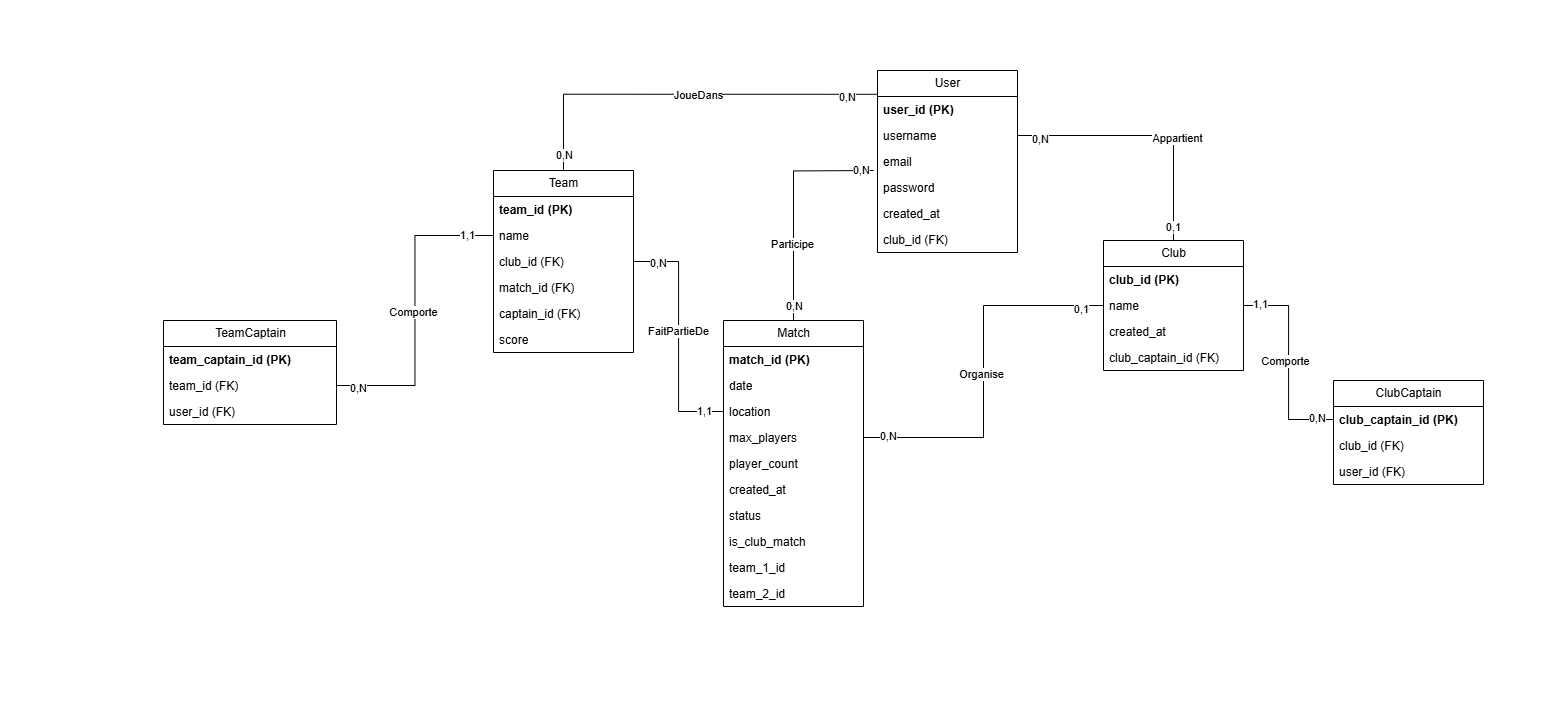
The draw.io diagram MCD.drawio.png in Mathistrg/Styx, before a commit. Source tidied: cells renumbered, new cells last; positions are measured from the earlier drawing's top-left corner, leaving out a move shared by most shapes.
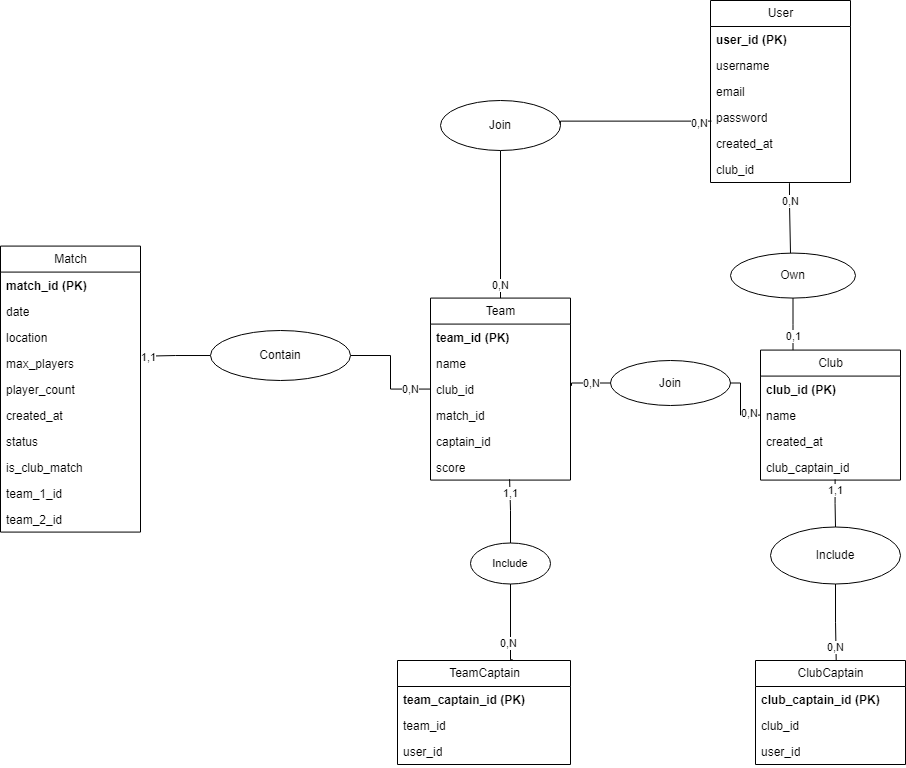
After the commit.

Commit message:
Mettre à jour MCD.drawio.png

The edit, as a diff of the source:
```diff
@@ -4,7 +4,4 @@
     <mxCell id="1" parent="0" />
-    <mxCell id="2" style="rounded=0;whiteSpace=wrap;html=1;strokeColor=none;" parent="1" vertex="1">
-      <mxGeometry width="1543" height="720" as="geometry" />
-    </mxCell>
     <mxCell id="3" value="User" style="swimlane;fontStyle=0;horizontal=1;startSize=26;fillColor=none;html=1;" parent="1" vertex="1">
-      <mxGeometry x="877" y="70" width="140" height="182" as="geometry" />
+      <mxGeometry x="483" y="100" width="140" height="182" as="geometry" />
     </mxCell>
@@ -25,3 +22,3 @@
     </mxCell>
-    <mxCell id="9" value="club_id (FK)" style="text;strokeColor=none;fillColor=none;align=left;verticalAlign=top;spacingLeft=4;spacingRight=4;overflow=hidden;points=[[0,0.5],[1,0.5]];portConstraint=eastwest;whiteSpace=wrap;html=1;" parent="3" vertex="1">
+    <mxCell id="9" value="club_id" style="text;strokeColor=none;fillColor=none;align=left;verticalAlign=top;spacingLeft=4;spacingRight=4;overflow=hidden;points=[[0,0.5],[1,0.5]];portConstraint=eastwest;whiteSpace=wrap;html=1;" parent="3" vertex="1">
       <mxGeometry y="156" width="140" height="26" as="geometry" />
@@ -29,3 +26,3 @@
     <mxCell id="10" value="Match" style="swimlane;fontStyle=0;horizontal=1;startSize=26;fillColor=none;html=1;" parent="1" vertex="1">
-      <mxGeometry x="723" y="320" width="140" height="286" as="geometry" />
+      <mxGeometry x="-227" y="345.6" width="140" height="286" as="geometry" />
     </mxCell>
@@ -62,3 +59,3 @@
     <mxCell id="21" value="Club" style="swimlane;fontStyle=0;horizontal=1;startSize=26;fillColor=none;html=1;" parent="1" vertex="1">
-      <mxGeometry x="1103" y="240" width="140" height="130" as="geometry" />
+      <mxGeometry x="533" y="449.6" width="140" height="130" as="geometry" />
     </mxCell>
@@ -73,45 +70,20 @@
     </mxCell>
-    <mxCell id="25" value="club_captain_id (FK)" style="text;strokeColor=none;fillColor=none;align=left;verticalAlign=top;spacingLeft=4;spacingRight=4;overflow=hidden;points=[[0,0.5],[1,0.5]];portConstraint=eastwest;whiteSpace=wrap;html=1;" parent="21" vertex="1">
+    <mxCell id="25" value="club_captain_id" style="text;strokeColor=none;fillColor=none;align=left;verticalAlign=top;spacingLeft=4;spacingRight=4;overflow=hidden;points=[[0,0.5],[1,0.5]];portConstraint=eastwest;whiteSpace=wrap;html=1;" parent="21" vertex="1">
       <mxGeometry y="104" width="140" height="26" as="geometry" />
     </mxCell>
-    <mxCell id="26" style="edgeStyle=orthogonalEdgeStyle;rounded=0;jettySize=auto;html=1;entryX=0.5;entryY=0;entryDx=0;entryDy=0;startArrow=none;startFill=0;endArrow=none;endFill=0;" parent="1" edge="1" target="10">
-      <mxGeometry relative="1" as="geometry">
-        <mxPoint x="873" y="170" as="sourcePoint" />
-      </mxGeometry>
-    </mxCell>
-    <mxCell id="27" value="Participe" style="edgeLabel;html=1;align=center;verticalAlign=middle;" parent="26" vertex="1">
-      <mxGeometry x="0.32" y="-2" relative="1" as="geometry" />
-    </mxCell>
-    <mxCell id="28" value="0,N" style="edgeLabel;html=1;align=center;verticalAlign=middle;" parent="26" vertex="1">
-      <mxGeometry x="0.87" relative="1" as="geometry" />
-    </mxCell>
-    <mxCell id="29" value="0,N" style="edgeLabel;html=1;align=center;verticalAlign=middle;" parent="26" vertex="1">
-      <mxGeometry x="-0.89" y="-1" relative="1" as="geometry" />
-    </mxCell>
-    <mxCell id="30" style="edgeStyle=orthogonalEdgeStyle;rounded=0;jettySize=auto;html=1;entryX=0;entryY=0.5;entryDx=0;entryDy=0;startArrow=none;startFill=0;endArrow=none;endFill=0;" parent="1" edge="1" source="14" target="21">
-      <mxGeometry relative="1" as="geometry" />
-    </mxCell>
-    <mxCell id="31" value="Organise" style="edgeLabel;html=1;align=center;verticalAlign=middle;" parent="30" vertex="1">
-      <mxGeometry x="-0.01" y="3" relative="1" as="geometry" />
-    </mxCell>
-    <mxCell id="32" value="0,1" style="edgeLabel;html=1;align=center;verticalAlign=middle;" parent="30" vertex="1">
-      <mxGeometry x="0.88" y="-3" relative="1" as="geometry" />
-    </mxCell>
-    <mxCell id="33" value="0,N" style="edgeLabel;html=1;align=center;verticalAlign=middle;" parent="30" vertex="1">
-      <mxGeometry x="-0.87" y="2" relative="1" as="geometry" />
-    </mxCell>
-    <mxCell id="34" style="edgeStyle=orthogonalEdgeStyle;rounded=0;jettySize=auto;html=1;endArrow=none;endFill=0;" parent="1" edge="1" source="5" target="21">
-      <mxGeometry relative="1" as="geometry" />
+    <mxCell id="34" style="edgeStyle=orthogonalEdgeStyle;rounded=0;jettySize=auto;html=1;endArrow=none;endFill=0;" parent="1" edge="1" source="80" target="21">
+      <mxGeometry relative="1" as="geometry">
+        <Array as="points">
+          <mxPoint x="566" y="424" />
+          <mxPoint x="566" y="424" />
+        </Array>
+      </mxGeometry>
     </mxCell>
-    <mxCell id="35" value="Appartient" style="edgeLabel;html=1;align=center;verticalAlign=middle;" parent="34" vertex="1">
-      <mxGeometry x="0.22" y="3" relative="1" as="geometry" />
-    </mxCell>
-    <mxCell id="36" value="0,N" style="edgeLabel;html=1;align=center;verticalAlign=middle;" parent="34" vertex="1">
-      <mxGeometry x="-0.84" y="-3" relative="1" as="geometry" />
-    </mxCell>
     <mxCell id="37" value="0,1" style="edgeLabel;html=1;align=center;verticalAlign=middle;" parent="34" vertex="1">
-      <mxGeometry x="0.9" y="-1" relative="1" as="geometry" />
+      <mxGeometry x="0.9" y="-1" relative="1" as="geometry">
+        <mxPoint x="1" y="-11" as="offset" />
+      </mxGeometry>
     </mxCell>
     <mxCell id="38" value="Team" style="swimlane;fontStyle=0;horizontal=1;startSize=26;fillColor=none;html=1;" parent="1" vertex="1">
-      <mxGeometry x="493" y="170" width="140" height="182" as="geometry" />
+      <mxGeometry x="203" y="397.6" width="140" height="182" as="geometry" />
     </mxCell>
@@ -123,9 +95,9 @@
     </mxCell>
-    <mxCell id="41" value="club_id (FK)" style="text;strokeColor=none;fillColor=none;align=left;verticalAlign=top;spacingLeft=4;spacingRight=4;overflow=hidden;points=[[0,0.5],[1,0.5]];portConstraint=eastwest;whiteSpace=wrap;html=1;" parent="38" vertex="1">
+    <mxCell id="41" value="club_id" style="text;strokeColor=none;fillColor=none;align=left;verticalAlign=top;spacingLeft=4;spacingRight=4;overflow=hidden;points=[[0,0.5],[1,0.5]];portConstraint=eastwest;whiteSpace=wrap;html=1;" parent="38" vertex="1">
       <mxGeometry y="78" width="140" height="26" as="geometry" />
     </mxCell>
-    <mxCell id="42" value="match_id (FK)" style="text;strokeColor=none;fillColor=none;align=left;verticalAlign=top;spacingLeft=4;spacingRight=4;overflow=hidden;whiteSpace=wrap;html=1;" parent="38" vertex="1">
+    <mxCell id="42" value="match_id" style="text;strokeColor=none;fillColor=none;align=left;verticalAlign=top;spacingLeft=4;spacingRight=4;overflow=hidden;whiteSpace=wrap;html=1;" parent="38" vertex="1">
       <mxGeometry y="104" width="140" height="26" as="geometry" />
     </mxCell>
-    <mxCell id="43" value="captain_id (FK)" style="text;strokeColor=none;fillColor=none;align=left;verticalAlign=top;spacingLeft=4;spacingRight=4;overflow=hidden;whiteSpace=wrap;html=1;" parent="38" vertex="1">
+    <mxCell id="43" value="captain_id" style="text;strokeColor=none;fillColor=none;align=left;verticalAlign=top;spacingLeft=4;spacingRight=4;overflow=hidden;whiteSpace=wrap;html=1;" parent="38" vertex="1">
       <mxGeometry y="130" width="140" height="26" as="geometry" />
@@ -135,23 +107,13 @@
     </mxCell>
-    <mxCell id="45" style="edgeStyle=orthogonalEdgeStyle;rounded=0;jettySize=auto;html=1;entryX=0.5;entryY=0;entryDx=0;entryDy=0;endArrow=none;endFill=0;exitX=0.002;exitY=-0.085;exitDx=0;exitDy=0;exitPerimeter=0;" parent="1" edge="1" source="4" target="38">
+    <mxCell id="45" style="edgeStyle=orthogonalEdgeStyle;rounded=0;jettySize=auto;html=1;entryX=0.5;entryY=0;entryDx=0;entryDy=0;endArrow=none;endFill=0;" parent="1" edge="1" source="74" target="38">
       <mxGeometry relative="1" as="geometry" />
     </mxCell>
-    <mxCell id="46" value="JoueDans" style="edgeLabel;html=1;align=center;verticalAlign=middle;" parent="45" vertex="1">
-      <mxGeometry x="-0.07" relative="1" as="geometry" />
-    </mxCell>
     <mxCell id="47" value="0,N" style="edgeLabel;html=1;align=center;verticalAlign=middle;" parent="45" vertex="1">
-      <mxGeometry x="0.92" relative="1" as="geometry" />
+      <mxGeometry x="0.92" relative="1" as="geometry">
+        <mxPoint y="-7" as="offset" />
+      </mxGeometry>
     </mxCell>
-    <mxCell id="48" value="0,N" style="edgeLabel;html=1;align=center;verticalAlign=middle;" parent="45" vertex="1">
-      <mxGeometry x="-0.84" y="2" relative="1" as="geometry" />
-    </mxCell>
-    <mxCell id="49" style="edgeStyle=orthogonalEdgeStyle;rounded=0;jettySize=auto;html=1;entryX=0;entryY=0.5;entryDx=0;entryDy=0;endArrow=none;endFill=0;" parent="1" edge="1" source="41" target="13">
+    <mxCell id="49" style="edgeStyle=orthogonalEdgeStyle;rounded=0;jettySize=auto;html=1;entryX=1.013;entryY=0.236;entryDx=0;entryDy=0;endArrow=none;endFill=0;entryPerimeter=0;" parent="1" edge="1" source="77" target="14">
       <mxGeometry relative="1" as="geometry" />
     </mxCell>
-    <mxCell id="50" value="FaitPartieDe" style="edgeLabel;html=1;align=center;verticalAlign=middle;" parent="49" vertex="1">
-      <mxGeometry x="-0.05" y="-1" relative="1" as="geometry" />
-    </mxCell>
-    <mxCell id="51" value="0,N" style="edgeLabel;html=1;align=center;verticalAlign=middle;" parent="49" vertex="1">
-      <mxGeometry x="-0.81" y="-1" relative="1" as="geometry" />
-    </mxCell>
     <mxCell id="52" value="1,1" style="edgeLabel;html=1;align=center;verticalAlign=middle;" parent="49" vertex="1">
@@ -159,30 +121,26 @@
     </mxCell>
-    <mxCell id="53" style="edgeStyle=orthogonalEdgeStyle;rounded=0;jettySize=auto;html=1;entryX=0;entryY=0.5;entryDx=0;entryDy=0;endArrow=none;endFill=0;exitX=1;exitY=0.5;exitDx=0;exitDy=0;" parent="1" edge="1" source="67" target="40">
-      <mxGeometry relative="1" as="geometry" />
+    <mxCell id="53" style="edgeStyle=orthogonalEdgeStyle;rounded=0;jettySize=auto;html=1;entryX=0.565;entryY=0.967;entryDx=0;entryDy=0;endArrow=none;endFill=0;exitX=0.5;exitY=0;exitDx=0;exitDy=0;entryPerimeter=0;" parent="1" edge="1" source="71" target="44">
+      <mxGeometry relative="1" as="geometry">
+        <Array as="points">
+          <mxPoint x="283" y="643" />
+          <mxPoint x="283" y="610" />
+          <mxPoint x="282" y="610" />
+        </Array>
+      </mxGeometry>
     </mxCell>
-    <mxCell id="54" value="Comporte" style="edgeLabel;html=1;align=center;verticalAlign=middle;" parent="53" vertex="1">
-      <mxGeometry x="-0.01" y="2" relative="1" as="geometry" />
-    </mxCell>
     <mxCell id="55" value="1,1" style="edgeLabel;html=1;align=center;verticalAlign=middle;" parent="53" vertex="1">
-      <mxGeometry x="0.82" y="1" relative="1" as="geometry" />
+      <mxGeometry x="0.82" y="1" relative="1" as="geometry">
+        <mxPoint x="2" y="8" as="offset" />
+      </mxGeometry>
     </mxCell>
-    <mxCell id="56" value="0,N" style="edgeLabel;html=1;align=center;verticalAlign=middle;" parent="53" vertex="1">
-      <mxGeometry x="-0.86" y="-2" relative="1" as="geometry">
-        <mxPoint x="-1" as="offset" />
-      </mxGeometry>
-    </mxCell>
-    <mxCell id="57" style="edgeStyle=orthogonalEdgeStyle;rounded=0;jettySize=auto;html=1;endArrow=none;endFill=0;" parent="1" edge="1" source="23" target="62">
+    <mxCell id="57" style="edgeStyle=orthogonalEdgeStyle;rounded=0;jettySize=auto;html=1;endArrow=none;endFill=0;entryX=0.538;entryY=-0.005;entryDx=0;entryDy=0;entryPerimeter=0;" parent="1" edge="1" source="82" target="61">
       <mxGeometry relative="1" as="geometry" />
     </mxCell>
-    <mxCell id="58" value="Comporte" style="edgeLabel;html=1;align=center;verticalAlign=middle;" parent="57" vertex="1">
-      <mxGeometry x="-0.02" y="-4" relative="1" as="geometry" />
-    </mxCell>
-    <mxCell id="59" value="1,1" style="edgeLabel;html=1;align=center;verticalAlign=middle;" parent="57" vertex="1">
-      <mxGeometry x="-0.85" y="2" relative="1" as="geometry" />
-    </mxCell>
     <mxCell id="60" value="0,N" style="edgeLabel;html=1;align=center;verticalAlign=middle;" parent="57" vertex="1">
-      <mxGeometry x="0.83" y="2" relative="1" as="geometry" />
+      <mxGeometry x="0.83" y="2" relative="1" as="geometry">
+        <mxPoint x="-3" y="-6" as="offset" />
+      </mxGeometry>
     </mxCell>
     <mxCell id="61" value="ClubCaptain" style="swimlane;fontStyle=0;horizontal=1;startSize=26;fillColor=none;html=1;" parent="1" vertex="1">
-      <mxGeometry x="1333" y="380" width="150" height="104" as="geometry" />
+      <mxGeometry x="528" y="760" width="150" height="104" as="geometry" />
     </mxCell>
@@ -191,6 +149,6 @@
     </mxCell>
-    <mxCell id="63" value="club_id (FK)" style="text;strokeColor=none;fillColor=none;align=left;verticalAlign=top;spacingLeft=4;spacingRight=4;overflow=hidden;whiteSpace=wrap;html=1;" parent="61" vertex="1">
+    <mxCell id="63" value="club_id" style="text;strokeColor=none;fillColor=none;align=left;verticalAlign=top;spacingLeft=4;spacingRight=4;overflow=hidden;whiteSpace=wrap;html=1;" parent="61" vertex="1">
       <mxGeometry y="52" width="150" height="26" as="geometry" />
     </mxCell>
-    <mxCell id="64" value="user_id (FK)" style="text;strokeColor=none;fillColor=none;align=left;verticalAlign=top;spacingLeft=4;spacingRight=4;overflow=hidden;whiteSpace=wrap;html=1;" parent="61" vertex="1">
+    <mxCell id="64" value="user_id" style="text;strokeColor=none;fillColor=none;align=left;verticalAlign=top;spacingLeft=4;spacingRight=4;overflow=hidden;whiteSpace=wrap;html=1;" parent="61" vertex="1">
       <mxGeometry y="78" width="150" height="26" as="geometry" />
@@ -198,3 +156,3 @@
     <mxCell id="65" value="TeamCaptain" style="swimlane;fontStyle=0;horizontal=1;startSize=26;fillColor=none;html=1;" parent="1" vertex="1">
-      <mxGeometry x="163" y="320" width="173" height="104" as="geometry" />
+      <mxGeometry x="170" y="760" width="173" height="104" as="geometry" />
     </mxCell>
@@ -203,8 +161,91 @@
     </mxCell>
-    <mxCell id="67" value="team_id (FK)" style="text;strokeColor=none;fillColor=none;align=left;verticalAlign=top;spacingLeft=4;spacingRight=4;overflow=hidden;points=[[0,0.5],[1,0.5]];portConstraint=eastwest;whiteSpace=wrap;html=1;" parent="65" vertex="1">
+    <mxCell id="67" value="team_id" style="text;strokeColor=none;fillColor=none;align=left;verticalAlign=top;spacingLeft=4;spacingRight=4;overflow=hidden;points=[[0,0.5],[1,0.5]];portConstraint=eastwest;whiteSpace=wrap;html=1;" parent="65" vertex="1">
       <mxGeometry y="52" width="173" height="26" as="geometry" />
     </mxCell>
-    <mxCell id="68" value="user_id (FK)" style="text;strokeColor=none;fillColor=none;align=left;verticalAlign=top;spacingLeft=4;spacingRight=4;overflow=hidden;whiteSpace=wrap;html=1;" parent="65" vertex="1">
+    <mxCell id="68" value="user_id" style="text;strokeColor=none;fillColor=none;align=left;verticalAlign=top;spacingLeft=4;spacingRight=4;overflow=hidden;whiteSpace=wrap;html=1;" parent="65" vertex="1">
       <mxGeometry y="78" width="173" height="26" as="geometry" />
     </mxCell>
+    <mxCell id="69" style="edgeStyle=orthogonalEdgeStyle;rounded=0;jettySize=auto;html=1;entryX=0.5;entryY=1;entryDx=0;entryDy=0;endArrow=none;endFill=0;exitX=0.666;exitY=-0.007;exitDx=0;exitDy=0;exitPerimeter=0;" parent="1" edge="1" source="65" target="71">
+      <mxGeometry relative="1" as="geometry">
+        <Array as="points">
+          <mxPoint x="283" y="759" />
+        </Array>
+      </mxGeometry>
+    </mxCell>
+    <mxCell id="70" value="0,N" style="edgeLabel;html=1;align=center;verticalAlign=middle;" parent="69" vertex="1">
+      <mxGeometry x="-0.86" y="-2" relative="1" as="geometry">
+        <mxPoint x="-4" y="-13" as="offset" />
+      </mxGeometry>
+    </mxCell>
+    <mxCell id="71" value="&lt;span style=&quot;font-size: 11px; text-wrap-mode: nowrap; background-color: rgb(255, 255, 255);&quot;&gt;Include&lt;/span&gt;" style="ellipse;whiteSpace=wrap;html=1;" parent="1" vertex="1">
+      <mxGeometry x="243" y="642.5" width="80" height="41" as="geometry" />
+    </mxCell>
+    <mxCell id="72" style="edgeStyle=orthogonalEdgeStyle;rounded=0;jettySize=auto;html=1;entryX=1;entryY=0.5;entryDx=0;entryDy=0;endArrow=none;endFill=0;exitX=0.007;exitY=0.639;exitDx=0;exitDy=0;exitPerimeter=0;" parent="1" edge="1" source="7" target="74">
+      <mxGeometry relative="1" as="geometry">
+        <Array as="points">
+          <mxPoint x="333" y="221" />
+        </Array>
+      </mxGeometry>
+    </mxCell>
+    <mxCell id="73" value="0,N" style="edgeLabel;html=1;align=center;verticalAlign=middle;" parent="72" vertex="1">
+      <mxGeometry x="-0.84" y="2" relative="1" as="geometry" />
+    </mxCell>
+    <mxCell id="74" value="Join" style="ellipse;whiteSpace=wrap;html=1;" parent="1" vertex="1">
+      <mxGeometry x="213" y="200" width="120" height="50" as="geometry" />
+    </mxCell>
+    <mxCell id="75" style="edgeStyle=orthogonalEdgeStyle;rounded=0;jettySize=auto;html=1;entryX=1;entryY=0.5;entryDx=0;entryDy=0;endArrow=none;endFill=0;" parent="1" edge="1" source="41" target="77">
+      <mxGeometry relative="1" as="geometry" />
+    </mxCell>
+    <mxCell id="76" value="0,N" style="edgeLabel;html=1;align=center;verticalAlign=middle;" parent="75" vertex="1">
+      <mxGeometry x="-0.81" y="-1" relative="1" as="geometry">
+        <mxPoint x="-9" y="1" as="offset" />
+      </mxGeometry>
+    </mxCell>
+    <mxCell id="77" value="Contain" style="ellipse;whiteSpace=wrap;html=1;" parent="1" vertex="1">
+      <mxGeometry x="-17" y="430" width="140" height="50" as="geometry" />
+    </mxCell>
+    <mxCell id="78" style="edgeStyle=orthogonalEdgeStyle;rounded=0;jettySize=auto;html=1;endArrow=none;endFill=0;exitX=0.564;exitY=1.026;exitDx=0;exitDy=0;exitPerimeter=0;" parent="1" edge="1" source="9" target="80">
+      <mxGeometry relative="1" as="geometry">
+        <Array as="points">
+          <mxPoint x="562" y="304" />
+          <mxPoint x="563" y="304" />
+        </Array>
+      </mxGeometry>
+    </mxCell>
+    <mxCell id="79" value="0,N" style="edgeLabel;html=1;align=center;verticalAlign=middle;" parent="78" vertex="1">
+      <mxGeometry x="-0.84" y="-3" relative="1" as="geometry">
+        <mxPoint x="4" y="12" as="offset" />
+      </mxGeometry>
+    </mxCell>
+    <mxCell id="80" value="Own" style="ellipse;whiteSpace=wrap;html=1;" parent="1" vertex="1">
+      <mxGeometry x="503" y="352.6" width="125" height="45" as="geometry" />
+    </mxCell>
+    <mxCell id="81" style="edgeStyle=orthogonalEdgeStyle;rounded=0;jettySize=auto;html=1;endArrow=none;endFill=0;exitX=0.533;exitY=0.972;exitDx=0;exitDy=0;exitPerimeter=0;" parent="1" edge="1" source="25" target="82">
+      <mxGeometry relative="1" as="geometry" />
+    </mxCell>
+    <mxCell id="59" value="1,1" style="edgeLabel;html=1;align=center;verticalAlign=middle;" parent="81" vertex="1">
+      <mxGeometry x="-0.85" y="2" relative="1" as="geometry">
+        <mxPoint x="-2" y="7" as="offset" />
+      </mxGeometry>
+    </mxCell>
+    <mxCell id="82" value="Include" style="ellipse;whiteSpace=wrap;html=1;" parent="1" vertex="1">
+      <mxGeometry x="543" y="626.5" width="130" height="57" as="geometry" />
+    </mxCell>
+    <mxCell id="83" style="edgeStyle=orthogonalEdgeStyle;rounded=0;jettySize=auto;html=1;entryX=1.007;entryY=0.375;entryDx=0;entryDy=0;endArrow=none;endFill=0;exitX=0;exitY=0.5;exitDx=0;exitDy=0;entryPerimeter=0;" parent="1" edge="1" source="87" target="41">
+      <mxGeometry relative="1" as="geometry" />
+    </mxCell>
+    <mxCell id="84" value="0,N" style="edgeLabel;html=1;align=center;verticalAlign=middle;" parent="83" vertex="1">
+      <mxGeometry x="0.8" y="-1" relative="1" as="geometry">
+        <mxPoint x="18" y="1" as="offset" />
+      </mxGeometry>
+    </mxCell>
+    <mxCell id="85" style="edgeStyle=orthogonalEdgeStyle;rounded=0;jettySize=auto;html=1;entryX=1;entryY=0.5;entryDx=0;entryDy=0;endArrow=none;endFill=0;" parent="1" edge="1" source="23" target="87">
+      <mxGeometry relative="1" as="geometry" />
+    </mxCell>
+    <mxCell id="86" value="0,N" style="edgeLabel;html=1;align=center;verticalAlign=middle;" parent="85" vertex="1">
+      <mxGeometry x="-0.63" y="-2" relative="1" as="geometry" />
+    </mxCell>
+    <mxCell id="87" value="Join" style="ellipse;whiteSpace=wrap;html=1;" parent="1" vertex="1">
+      <mxGeometry x="383" y="460" width="120" height="45" as="geometry" />
+    </mxCell>
   </root>
```
